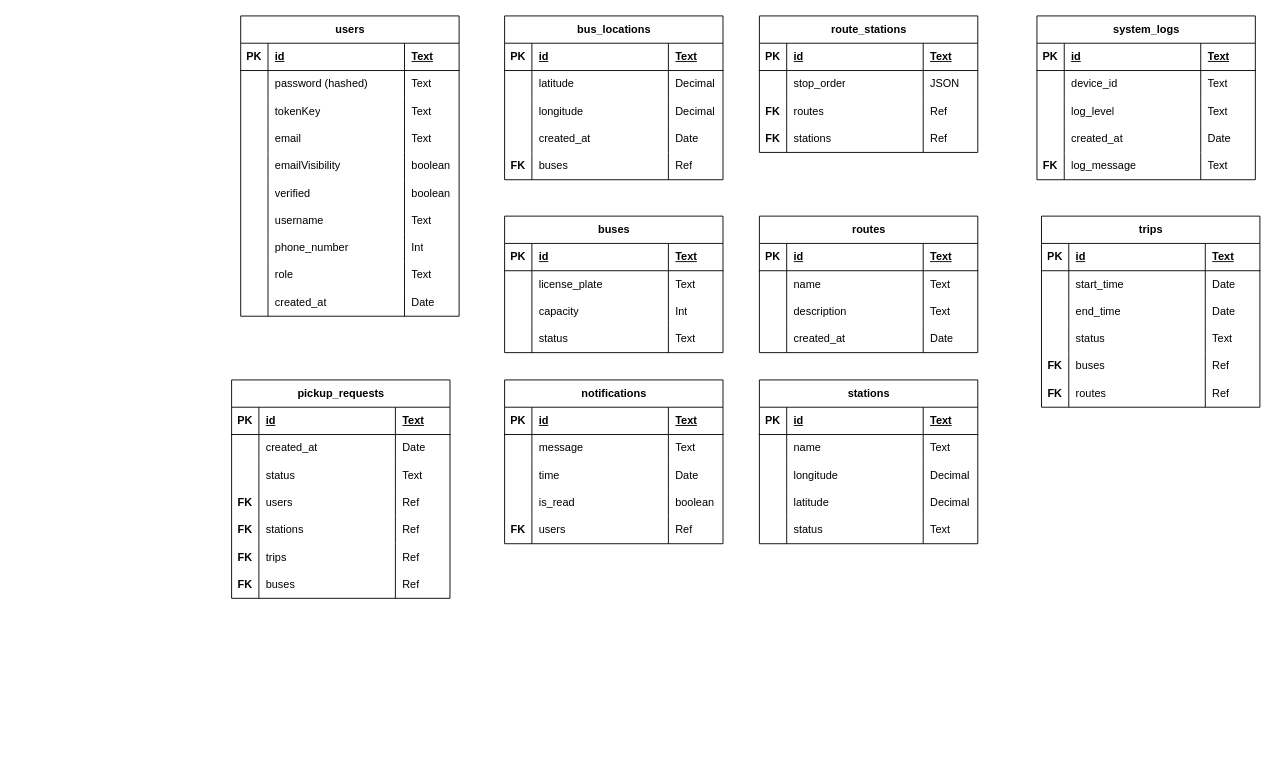
Above: ERD-Bus-System-Improvement.drawio in lukas0173/Draw.io (draw.io), before the change. Source tidied: cells renumbered, new cells numbered last; positions are measured from the earlier drawing's top-left corner, leaving out a move shared by most shapes. Both pictures are drawn from the tidied source at 91%, with x=0, y=0 at pixel (231, 15).
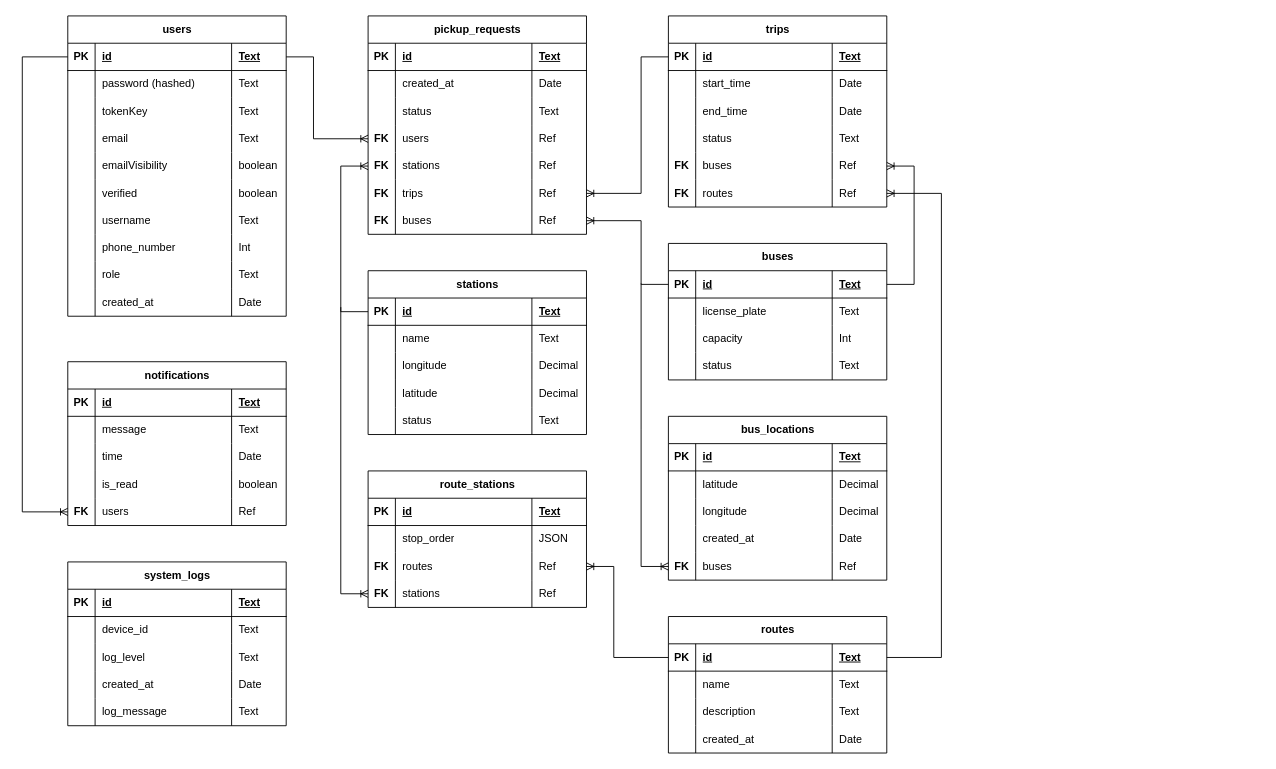
Above is the later version.

Unchanged cells that the change refers to:
```xml
<mxCell id="3" style="shape=tableRow;horizontal=0;startSize=0;swimlaneHead=0;swimlaneBody=0;fillColor=none;points=[[0,0.5],[1,0.5]];portConstraint=eastwest;top=0;left=0;right=0;bottom=1;" parent="2" vertex="1">
  <mxGeometry y="30" width="240" height="30" as="geometry" />
</mxCell>
<mxCell id="60" style="shape=tableRow;horizontal=0;startSize=0;swimlaneHead=0;swimlaneBody=0;fillColor=none;points=[[0,0.5],[1,0.5]];portConstraint=eastwest;top=0;left=0;right=0;bottom=0;" parent="43" vertex="1">
  <mxGeometry y="150" width="240" height="30" as="geometry" />
</mxCell>
<mxCell id="65" style="shape=tableRow;horizontal=0;startSize=0;swimlaneHead=0;swimlaneBody=0;fillColor=none;points=[[0,0.5],[1,0.5]];portConstraint=eastwest;top=0;left=0;right=0;bottom=1;" parent="64" vertex="1">
  <mxGeometry y="30" width="240" height="30" as="geometry" />
</mxCell>
<mxCell id="98" style="shape=tableRow;horizontal=0;startSize=0;swimlaneHead=0;swimlaneBody=0;fillColor=none;points=[[0,0.5],[1,0.5]];portConstraint=eastwest;top=0;left=0;right=0;bottom=0;" parent="81" vertex="1">
  <mxGeometry y="150" width="240" height="30" as="geometry" />
</mxCell>
<mxCell id="115" style="shape=tableRow;horizontal=0;startSize=0;swimlaneHead=0;swimlaneBody=0;fillColor=none;points=[[0,0.5],[1,0.5]];portConstraint=eastwest;top=0;left=0;right=0;bottom=0;" parent="102" vertex="1">
  <mxGeometry y="120" width="240" height="30" as="geometry" />
</mxCell>
<mxCell id="119" style="shape=tableRow;horizontal=0;startSize=0;swimlaneHead=0;swimlaneBody=0;fillColor=none;points=[[0,0.5],[1,0.5]];portConstraint=eastwest;top=0;left=0;right=0;bottom=0;" parent="102" vertex="1">
  <mxGeometry y="150" width="240" height="30" as="geometry" />
</mxCell>
<mxCell id="123" style="shape=tableRow;horizontal=0;startSize=0;swimlaneHead=0;swimlaneBody=0;fillColor=none;points=[[0,0.5],[1,0.5]];portConstraint=eastwest;top=0;left=0;right=0;bottom=0;" parent="102" vertex="1">
  <mxGeometry y="180" width="240" height="30" as="geometry" />
</mxCell>
<mxCell id="127" style="shape=tableRow;horizontal=0;startSize=0;swimlaneHead=0;swimlaneBody=0;fillColor=none;points=[[0,0.5],[1,0.5]];portConstraint=eastwest;top=0;left=0;right=0;bottom=0;" parent="102" vertex="1">
  <mxGeometry y="210" width="240" height="30" as="geometry" />
</mxCell>
<mxCell id="140" style="shape=tableRow;horizontal=0;startSize=0;swimlaneHead=0;swimlaneBody=0;fillColor=none;points=[[0,0.5],[1,0.5]];portConstraint=eastwest;top=0;left=0;right=0;bottom=0;" parent="131" vertex="1">
  <mxGeometry y="90" width="240" height="30" as="geometry" />
</mxCell>
<mxCell id="144" style="shape=tableRow;horizontal=0;startSize=0;swimlaneHead=0;swimlaneBody=0;fillColor=none;points=[[0,0.5],[1,0.5]];portConstraint=eastwest;top=0;left=0;right=0;bottom=0;" parent="131" vertex="1">
  <mxGeometry y="120" width="240" height="30" as="geometry" />
</mxCell>
<mxCell id="149" style="shape=tableRow;horizontal=0;startSize=0;swimlaneHead=0;swimlaneBody=0;fillColor=none;points=[[0,0.5],[1,0.5]];portConstraint=eastwest;top=0;left=0;right=0;bottom=1;" parent="148" vertex="1">
  <mxGeometry y="30" width="240" height="30" as="geometry" />
</mxCell>
<mxCell id="166" style="shape=tableRow;horizontal=0;startSize=0;swimlaneHead=0;swimlaneBody=0;fillColor=none;points=[[0,0.5],[1,0.5]];portConstraint=eastwest;top=0;left=0;right=0;bottom=1;" parent="165" vertex="1">
  <mxGeometry y="30" width="240" height="30" as="geometry" />
</mxCell>
<mxCell id="203" style="shape=tableRow;horizontal=0;startSize=0;swimlaneHead=0;swimlaneBody=0;fillColor=none;top=0;left=0;right=0;bottom=0;" parent="186" vertex="1">
  <mxGeometry y="150" width="240" height="30" as="geometry" />
</mxCell>
<mxCell id="208" style="shape=tableRow;horizontal=0;startSize=0;swimlaneHead=0;swimlaneBody=0;fillColor=none;points=[[0,0.5],[1,0.5]];portConstraint=eastwest;top=0;left=0;right=0;bottom=1;" parent="207" vertex="1">
  <mxGeometry y="30" width="240" height="30" as="geometry" />
</mxCell>
<mxCell id="224" style="shape=tableRow;horizontal=0;startSize=0;swimlaneHead=0;swimlaneBody=0;fillColor=none;points=[[0,0.5],[1,0.5]];portConstraint=eastwest;top=0;left=0;right=0;bottom=0;" parent="207" vertex="1">
  <mxGeometry y="150" width="240" height="30" as="geometry" />
</mxCell>
<mxCell id="228" style="shape=tableRow;horizontal=0;startSize=0;swimlaneHead=0;swimlaneBody=0;fillColor=none;points=[[0,0.5],[1,0.5]];portConstraint=eastwest;top=0;left=0;right=0;bottom=0;" parent="207" vertex="1">
  <mxGeometry y="180" width="240" height="30" as="geometry" />
</mxCell>
```

Change to the diagram source:
```diff
@@
     <mxCell id="2" value="users" style="shape=table;startSize=30;childLayout=tableLayout;rowLines=0;fontStyle=1;align=center;html=1;" parent="1" vertex="1">
-      <mxGeometry x="10" width="240" height="330" as="geometry" />
+      <mxGeometry x="-180" width="240" height="330" as="geometry" />
     </mxCell>
@@
     <mxCell id="43" value="bus_locations" style="shape=table;startSize=30;childLayout=tableLayout;rowLines=0;fontStyle=1;align=center;html=1;" parent="1" vertex="1">
-      <mxGeometry x="300" width="240" height="180" as="geometry" />
+      <mxGeometry x="480" y="440" width="240" height="180" as="geometry" />
     </mxCell>
@@
     <mxCell id="64" value="buses" style="shape=table;startSize=30;childLayout=tableLayout;rowLines=0;fontStyle=1;align=center;html=1;" parent="1" vertex="1">
-      <mxGeometry x="300" y="220" width="240" height="150" as="geometry" />
+      <mxGeometry x="480" y="250" width="240" height="150" as="geometry" />
     </mxCell>
@@
     <mxCell id="81" value="notifications" style="shape=table;startSize=30;childLayout=tableLayout;rowLines=0;fontStyle=1;align=center;html=1;" parent="1" vertex="1">
-      <mxGeometry x="300" y="400" width="240" height="180" as="geometry" />
+      <mxGeometry x="-180" y="380" width="240" height="180" as="geometry" />
     </mxCell>
@@
     <mxCell id="102" value="pickup_requests" style="shape=table;startSize=30;childLayout=tableLayout;rowLines=0;fontStyle=1;align=center;html=1;" parent="1" vertex="1">
-      <mxGeometry y="400" width="240" height="240" as="geometry" />
+      <mxGeometry x="150" width="240" height="240" as="geometry" />
     </mxCell>
@@
     <mxCell id="131" value="route_stations" style="shape=table;startSize=30;childLayout=tableLayout;rowLines=0;fontStyle=1;align=center;html=1;" parent="1" vertex="1">
-      <mxGeometry x="580" width="240" height="150" as="geometry" />
+      <mxGeometry x="150" y="500" width="240" height="150" as="geometry" />
     </mxCell>
@@
     <mxCell id="148" value="routes" style="shape=table;startSize=30;childLayout=tableLayout;rowLines=0;fontStyle=1;align=center;html=1;" parent="1" vertex="1">
-      <mxGeometry x="580" y="220" width="240" height="150" as="geometry" />
+      <mxGeometry x="480" y="660" width="240" height="150" as="geometry" />
     </mxCell>
@@
     <mxCell id="165" value="stations" style="shape=table;startSize=30;childLayout=tableLayout;rowLines=0;fontStyle=1;align=center;html=1;" parent="1" vertex="1">
-      <mxGeometry x="580" y="400" width="240" height="180" as="geometry" />
+      <mxGeometry x="150" y="280" width="240" height="180" as="geometry" />
     </mxCell>
@@
     <mxCell id="186" value="system_logs" style="shape=table;startSize=30;childLayout=tableLayout;rowLines=0;fontStyle=1;align=center;html=1;" parent="1" vertex="1">
-      <mxGeometry x="885" width="240" height="180" as="geometry" />
+      <mxGeometry x="-180" y="600" width="240" height="180" as="geometry" />
     </mxCell>
@@
-    <mxCell id="204" value="&lt;b&gt;FK&lt;/b&gt;" style="shape=partialRectangle;fillColor=none;top=0;left=0;bottom=0;right=0;overflow=hidden;whiteSpace=wrap;html=1;" parent="203" vertex="1">
+    <mxCell id="204" style="shape=partialRectangle;fillColor=none;top=0;left=0;bottom=0;right=0;overflow=hidden;whiteSpace=wrap;html=1;" parent="203" vertex="1">
       <mxGeometry width="30" height="30" as="geometry" />
     </mxCell>
@@
     <mxCell id="207" value="trips" style="shape=table;startSize=30;childLayout=tableLayout;rowLines=0;fontStyle=1;align=center;html=1;" parent="1" vertex="1">
-      <mxGeometry x="890" y="220" width="240" height="210" as="geometry" />
+      <mxGeometry x="480" width="240" height="210" as="geometry" />
     </mxCell>
@@
+    <mxCell id="232" style="fontSize=12;html=1;endArrow=ERoneToMany;rounded=0;entryX=0;entryY=0.5;entryDx=0;entryDy=0;exitX=0;exitY=0.5;exitDx=0;exitDy=0;" parent="1" edge="1" source="3" target="98">
+      <mxGeometry relative="1" as="geometry">
+        <Array as="points">
+          <mxPoint x="-230" y="45" />
+          <mxPoint x="-230" y="545" />
+        </Array>
+      </mxGeometry>
+    </mxCell>
+    <mxCell id="233" style="fontSize=12;html=1;endArrow=ERoneToMany;rounded=0;exitX=1;exitY=0.5;exitDx=0;exitDy=0;entryX=0;entryY=0.5;entryDx=0;entryDy=0;" parent="1" edge="1" source="3" target="115">
+      <mxGeometry relative="1" as="geometry">
+        <Array as="points">
+          <mxPoint x="90" y="45" />
+          <mxPoint x="90" y="135" />
+        </Array>
+      </mxGeometry>
+    </mxCell>
+    <mxCell id="234" style="fontSize=12;html=1;endArrow=ERoneToMany;rounded=0;exitX=0;exitY=0.5;exitDx=0;exitDy=0;entryX=1;entryY=0.5;entryDx=0;entryDy=0;" parent="1" edge="1" source="65" target="127">
+      <mxGeometry relative="1" as="geometry">
+        <Array as="points">
+          <mxPoint x="450" y="295" />
+          <mxPoint x="450" y="225" />
+        </Array>
+      </mxGeometry>
+    </mxCell>
+    <mxCell id="235" style="fontSize=12;html=1;endArrow=ERoneToMany;rounded=0;exitX=0;exitY=0.5;exitDx=0;exitDy=0;entryX=1;entryY=0.5;entryDx=0;entryDy=0;" parent="1" edge="1" source="208" target="123">
+      <mxGeometry relative="1" as="geometry">
+        <Array as="points">
+          <mxPoint x="450" y="45" />
+          <mxPoint x="450" y="195" />
+        </Array>
+      </mxGeometry>
+    </mxCell>
+    <mxCell id="236" style="fontSize=12;html=1;endArrow=ERoneToMany;rounded=0;exitX=0;exitY=0.5;exitDx=0;exitDy=0;entryX=0;entryY=0.5;entryDx=0;entryDy=0;" parent="1" edge="1" source="166" target="119">
+      <mxGeometry relative="1" as="geometry">
+        <Array as="points">
+          <mxPoint x="120" y="325" />
+          <mxPoint x="120" y="165" />
+        </Array>
+      </mxGeometry>
+    </mxCell>
+    <mxCell id="237" style="fontSize=12;html=1;endArrow=ERoneToMany;rounded=0;entryX=1;entryY=0.5;entryDx=0;entryDy=0;exitX=1;exitY=0.5;exitDx=0;exitDy=0;" parent="1" edge="1" source="65" target="224">
+      <mxGeometry relative="1" as="geometry">
+        <Array as="points">
+          <mxPoint x="750" y="295" />
+          <mxPoint x="750" y="165" />
+        </Array>
+      </mxGeometry>
+    </mxCell>
+    <mxCell id="238" style="fontSize=12;html=1;endArrow=ERoneToMany;rounded=0;entryX=1;entryY=0.5;entryDx=0;entryDy=0;exitX=1;exitY=0.5;exitDx=0;exitDy=0;" parent="1" edge="1" source="149" target="228">
+      <mxGeometry relative="1" as="geometry">
+        <Array as="points">
+          <mxPoint x="780" y="705" />
+          <mxPoint x="780" y="195" />
+        </Array>
+      </mxGeometry>
+    </mxCell>
+    <mxCell id="239" style="fontSize=12;html=1;endArrow=ERoneToMany;rounded=0;entryX=0;entryY=0.5;entryDx=0;entryDy=0;" parent="1" edge="1" target="60">
+      <mxGeometry relative="1" as="geometry">
+        <mxPoint x="450" y="294" as="sourcePoint" />
+        <Array as="points">
+          <mxPoint x="450" y="454" />
+          <mxPoint x="450" y="605" />
+        </Array>
+      </mxGeometry>
+    </mxCell>
+    <mxCell id="240" style="fontSize=12;html=1;endArrow=ERoneToMany;rounded=0;entryX=0;entryY=0.5;entryDx=0;entryDy=0;" parent="1" edge="1" target="144">
+      <mxGeometry relative="1" as="geometry">
+        <mxPoint x="120" y="320" as="sourcePoint" />
+        <Array as="points">
+          <mxPoint x="120" y="400" />
+          <mxPoint x="120" y="635" />
+        </Array>
+      </mxGeometry>
+    </mxCell>
+    <mxCell id="241" style="fontSize=12;html=1;endArrow=ERoneToMany;rounded=0;exitX=0;exitY=0.5;exitDx=0;exitDy=0;entryX=1;entryY=0.5;entryDx=0;entryDy=0;" parent="1" edge="1" source="149" target="140">
+      <mxGeometry relative="1" as="geometry">
+        <Array as="points">
+          <mxPoint x="420" y="705" />
+          <mxPoint x="420" y="605" />
+        </Array>
+      </mxGeometry>
+    </mxCell>
```
